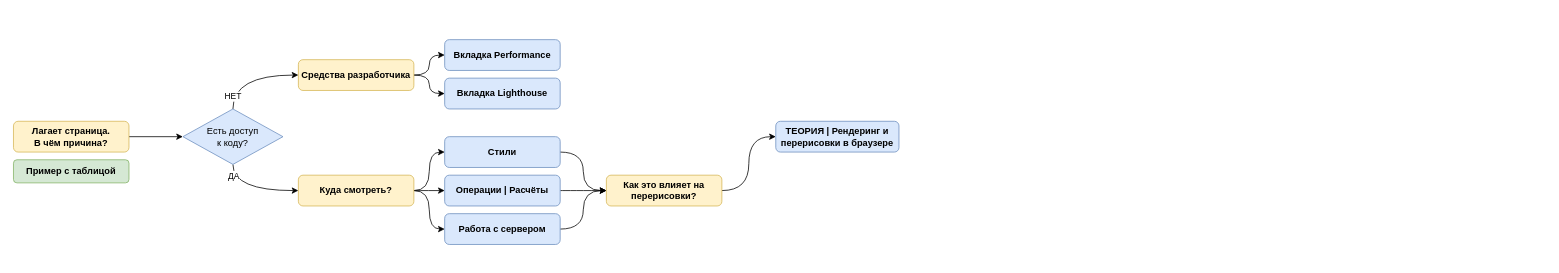
orlov-oleg-developer/uml-diagrams keeps this draw.io diagram as Diagrams for video.drawio. Above is the earlier version. Source tidied: cells renumbered, new cells numbered last; positions are measured from the earlier drawing's top-left corner, leaving out a move shared by most shapes. Both pictures are drawn from the tidied source at 77%, with x=0, y=0 at pixel (13, 39).
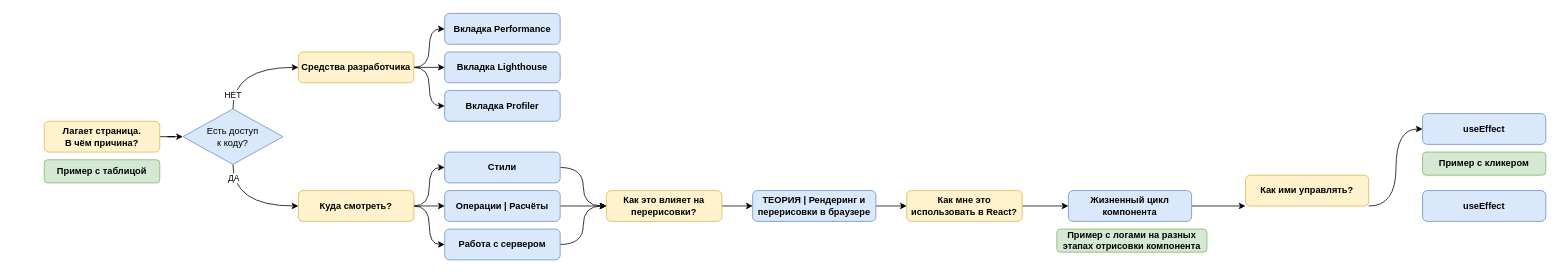
The same page after the edit.

The edit, as a diff of the source:
```diff
@@
     <mxCell id="3" value="Лагает страница.&lt;br&gt;В чём причина?" style="rounded=1;whiteSpace=wrap;html=1;fillColor=#fff2cc;strokeColor=#d6b656;fontStyle=1;" parent="1" vertex="1">
-      <mxGeometry y="106" width="150" height="40" as="geometry" />
+      <mxGeometry x="40" y="106" width="150" height="40" as="geometry" />
     </mxCell>
     <mxCell id="4" value="Пример с таблицой" style="rounded=1;whiteSpace=wrap;html=1;fillColor=#d5e8d4;strokeColor=#82b366;fontStyle=1;" parent="1" vertex="1">
-      <mxGeometry y="156" width="150" height="30" as="geometry" />
+      <mxGeometry x="40" y="156" width="150" height="30" as="geometry" />
     </mxCell>
@@
+    <mxCell id="28" style="edgeStyle=orthogonalEdgeStyle;shape=connector;curved=1;rounded=0;jettySize=auto;html=1;entryX=0;entryY=0.5;entryDx=0;entryDy=0;strokeColor=default;align=center;verticalAlign=middle;fontFamily=Helvetica;fontSize=11;fontColor=default;labelBackgroundColor=default;endArrow=classic;" parent="1" edge="1" source="12" target="40">
+      <mxGeometry relative="1" as="geometry" />
+    </mxCell>
     <mxCell id="12" value="Средства разработчика" style="rounded=1;whiteSpace=wrap;html=1;fillColor=#fff2cc;strokeColor=#d6b656;fontStyle=1;" parent="1" vertex="1">
-      <mxGeometry x="370" y="26" width="150" height="40" as="geometry" />
+      <mxGeometry x="370" y="16" width="150" height="40" as="geometry" />
     </mxCell>
     <mxCell id="13" value="Вкладка&amp;nbsp;Performance" style="rounded=1;whiteSpace=wrap;html=1;fillColor=#dae8fc;strokeColor=#6c8ebf;fontStyle=1;" parent="1" vertex="1">
-      <mxGeometry x="560" width="150" height="40" as="geometry" />
+      <mxGeometry x="560" y="-34" width="150" height="40" as="geometry" />
     </mxCell>
     <mxCell id="14" value="Вкладка&amp;nbsp;Lighthouse" style="rounded=1;whiteSpace=wrap;html=1;fillColor=#dae8fc;strokeColor=#6c8ebf;fontStyle=1;" parent="1" vertex="1">
-      <mxGeometry x="560" y="50" width="150" height="40" as="geometry" />
+      <mxGeometry x="560" y="16" width="150" height="40" as="geometry" />
     </mxCell>
@@
     <mxCell id="18" value="Куда смотреть?" style="rounded=1;whiteSpace=wrap;html=1;fillColor=#fff2cc;strokeColor=#d6b656;fontStyle=1;" parent="1" vertex="1">
-      <mxGeometry x="370" y="176" width="150" height="40" as="geometry" />
+      <mxGeometry x="370" y="196" width="150" height="40" as="geometry" />
     </mxCell>
@@
     <mxCell id="20" value="Стили" style="rounded=1;whiteSpace=wrap;html=1;fillColor=#dae8fc;strokeColor=#6c8ebf;fontStyle=1;" parent="1" vertex="1">
-      <mxGeometry x="560" y="126" width="150" height="40" as="geometry" />
+      <mxGeometry x="560" y="146" width="150" height="40" as="geometry" />
     </mxCell>
@@
     <mxCell id="22" value="Операции | Расчёты" style="rounded=1;whiteSpace=wrap;html=1;fillColor=#dae8fc;strokeColor=#6c8ebf;fontStyle=1;" parent="1" vertex="1">
-      <mxGeometry x="560" y="176" width="150" height="40" as="geometry" />
+      <mxGeometry x="560" y="196" width="150" height="40" as="geometry" />
     </mxCell>
@@
     <mxCell id="24" value="Работа с сервером" style="rounded=1;whiteSpace=wrap;html=1;fillColor=#dae8fc;strokeColor=#6c8ebf;fontStyle=1;" parent="1" vertex="1">
-      <mxGeometry x="560" y="226" width="150" height="40" as="geometry" />
+      <mxGeometry x="560" y="246" width="150" height="40" as="geometry" />
     </mxCell>
@@
     <mxCell id="26" value="Как это влияет на перерисовки?" style="rounded=1;whiteSpace=wrap;html=1;fillColor=#fff2cc;strokeColor=#d6b656;fontStyle=1;" parent="1" vertex="1">
-      <mxGeometry x="770" y="176" width="150" height="40" as="geometry" />
+      <mxGeometry x="770" y="196" width="150" height="40" as="geometry" />
     </mxCell>
+    <mxCell id="29" style="edgeStyle=orthogonalEdgeStyle;shape=connector;curved=1;rounded=0;jettySize=auto;html=1;entryX=0;entryY=0.5;entryDx=0;entryDy=0;strokeColor=default;align=center;verticalAlign=middle;fontFamily=Helvetica;fontSize=11;fontColor=default;labelBackgroundColor=default;endArrow=classic;" parent="1" edge="1" source="27" target="33">
+      <mxGeometry relative="1" as="geometry" />
+    </mxCell>
     <mxCell id="27" value="ТЕОРИЯ | Рендеринг и перерисовки в браузере" style="rounded=1;whiteSpace=wrap;html=1;fillColor=#dae8fc;strokeColor=#6c8ebf;fontStyle=1;" parent="1" vertex="1">
-      <mxGeometry x="990" y="106" width="160" height="40" as="geometry" />
+      <mxGeometry x="960" y="196" width="160" height="40" as="geometry" />
     </mxCell>
+    <mxCell id="30" style="edgeStyle=orthogonalEdgeStyle;shape=connector;curved=1;rounded=0;jettySize=auto;html=1;strokeColor=default;align=center;verticalAlign=middle;fontFamily=Helvetica;fontSize=11;fontColor=default;labelBackgroundColor=default;endArrow=classic;" parent="1" edge="1" source="31">
+      <mxGeometry relative="1" as="geometry">
+        <mxPoint x="1600" y="216" as="targetPoint" />
+      </mxGeometry>
+    </mxCell>
+    <mxCell id="31" value="Жизненный цикл компонента" style="rounded=1;whiteSpace=wrap;html=1;fillColor=#dae8fc;strokeColor=#6c8ebf;fontStyle=1;" parent="1" vertex="1">
+      <mxGeometry x="1370" y="196" width="160" height="40" as="geometry" />
+    </mxCell>
+    <mxCell id="32" style="edgeStyle=orthogonalEdgeStyle;shape=connector;curved=1;rounded=0;jettySize=auto;html=1;entryX=0;entryY=0.5;entryDx=0;entryDy=0;strokeColor=default;align=center;verticalAlign=middle;fontFamily=Helvetica;fontSize=11;fontColor=default;labelBackgroundColor=default;endArrow=classic;" parent="1" edge="1" source="33" target="31">
+      <mxGeometry relative="1" as="geometry" />
+    </mxCell>
+    <mxCell id="33" value="Как мне это использовать в React?" style="rounded=1;whiteSpace=wrap;html=1;fillColor=#fff2cc;strokeColor=#d6b656;fontStyle=1;" parent="1" vertex="1">
+      <mxGeometry x="1160" y="196" width="150" height="40" as="geometry" />
+    </mxCell>
+    <mxCell id="34" value="Пример с логами на разных этапах отрисовки компонента" style="rounded=1;whiteSpace=wrap;html=1;fillColor=#d5e8d4;strokeColor=#82b366;fontStyle=1;" parent="1" vertex="1">
+      <mxGeometry x="1355" y="246" width="195" height="30" as="geometry" />
+    </mxCell>
+    <mxCell id="35" style="edgeStyle=orthogonalEdgeStyle;shape=connector;curved=1;rounded=0;jettySize=auto;html=1;entryX=0;entryY=0.5;entryDx=0;entryDy=0;strokeColor=default;align=center;verticalAlign=middle;fontFamily=Helvetica;fontSize=11;fontColor=default;labelBackgroundColor=default;endArrow=classic;" parent="1" edge="1" target="37">
+      <mxGeometry relative="1" as="geometry">
+        <mxPoint x="1760" y="216" as="sourcePoint" />
+      </mxGeometry>
+    </mxCell>
+    <mxCell id="36" value="Как ими управлять?" style="rounded=1;whiteSpace=wrap;html=1;fillColor=#fff2cc;strokeColor=#d6b656;fontStyle=1;" parent="1" vertex="1">
+      <mxGeometry x="1600" y="176" width="160" height="40" as="geometry" />
+    </mxCell>
+    <mxCell id="37" value="useEffect" style="rounded=1;whiteSpace=wrap;html=1;fillColor=#dae8fc;strokeColor=#6c8ebf;fontStyle=1;" parent="1" vertex="1">
+      <mxGeometry x="1830" y="96" width="160" height="40" as="geometry" />
+    </mxCell>
+    <mxCell id="38" value="Пример с кликером" style="rounded=1;whiteSpace=wrap;html=1;fillColor=#d5e8d4;strokeColor=#82b366;fontStyle=1;" parent="1" vertex="1">
+      <mxGeometry x="1830" y="146" width="160" height="30" as="geometry" />
+    </mxCell>
+    <mxCell id="39" value="useEffect" style="rounded=1;whiteSpace=wrap;html=1;fillColor=#dae8fc;strokeColor=#6c8ebf;fontStyle=1;" parent="1" vertex="1">
+      <mxGeometry x="1830" y="196" width="160" height="40" as="geometry" />
+    </mxCell>
+    <mxCell id="40" value="Вкладка&amp;nbsp;Profiler" style="rounded=1;whiteSpace=wrap;html=1;fillColor=#dae8fc;strokeColor=#6c8ebf;fontStyle=1;" parent="1" vertex="1">
+      <mxGeometry x="560" y="66" width="150" height="40" as="geometry" />
+    </mxCell>
```
